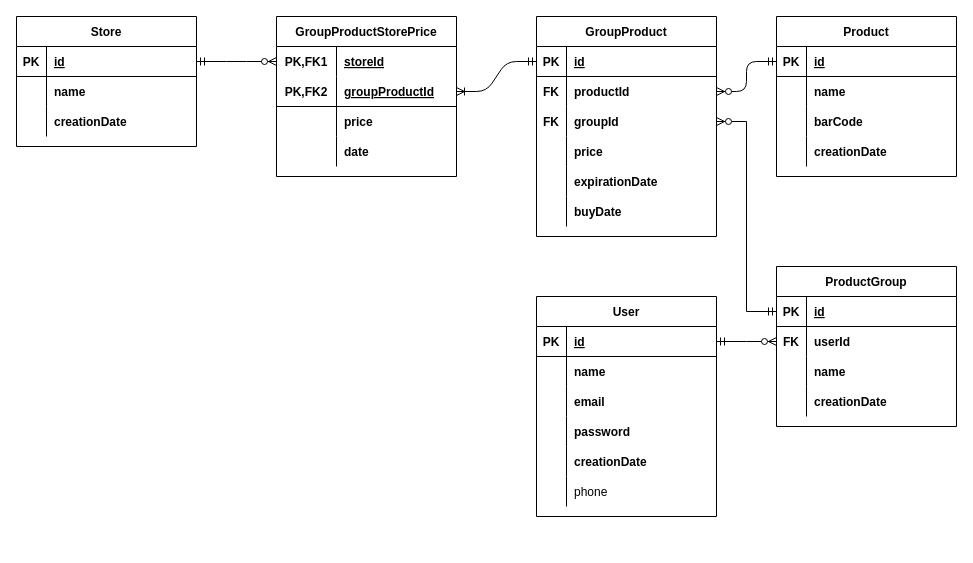
Danilo4lves/pantry.api keeps this draw.io diagram as docs/diagrams/entity-relationship.drawio. Above is the earlier version. Source tidied: cells renumbered, new cells numbered last; positions are measured from the earlier drawing's top-left corner, leaving out a move shared by most shapes. Both pictures are drawn from the tidied source at 100%, with x=0, y=0 at pixel (16, 16).
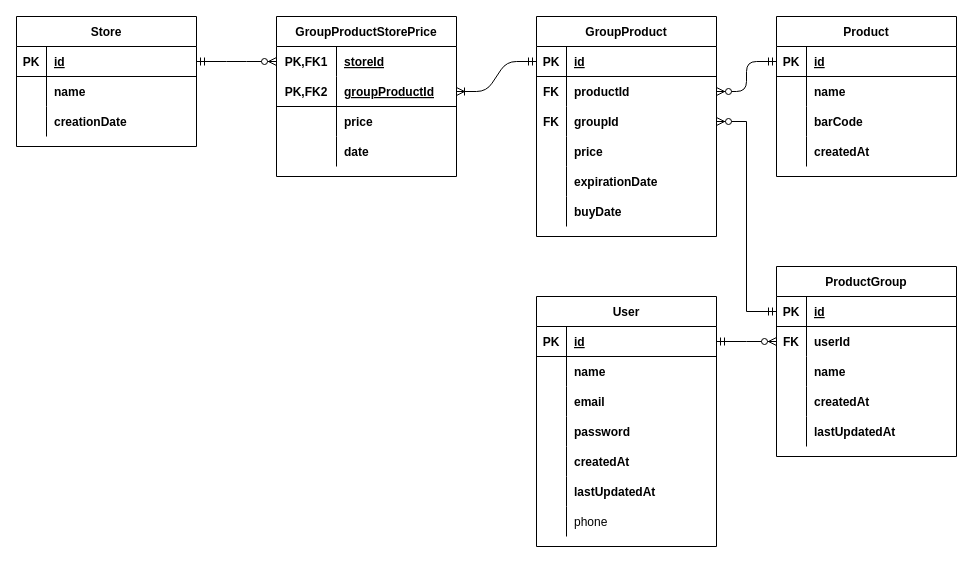
Above is the later version.

Commit message:
task(ERD): Adjusts some fields

The change refers to these unchanged cells:
```xml
<mxCell id="12" style="shape=tableRow;horizontal=0;startSize=0;swimlaneHead=0;swimlaneBody=0;fillColor=none;top=0;left=0;right=0;bottom=0;" parent="2" vertex="1">
  <mxGeometry y="120" width="180" height="30" as="geometry" />
</mxCell>
<mxCell id="25" style="shape=tableRow;horizontal=0;startSize=0;swimlaneHead=0;swimlaneBody=0;fillColor=none;top=0;left=0;right=0;bottom=0;" parent="15" vertex="1">
  <mxGeometry y="120" width="180" height="30" as="geometry" />
</mxCell>
<mxCell id="41" style="shape=tableRow;horizontal=0;startSize=0;swimlaneHead=0;swimlaneBody=0;fillColor=none;top=0;left=0;right=0;bottom=0;" parent="28" vertex="1">
  <mxGeometry y="150" width="180" height="30" as="geometry" />
</mxCell>
```

The edit, as a diff of the source:
```diff
@@
-    <mxCell id="14" value="creationDate" style="shape=partialRectangle;fillColor=none;top=0;left=0;bottom=0;right=0;align=left;spacingLeft=6;overflow=hidden;fontStyle=1;" parent="12" vertex="1">
+    <mxCell id="14" value="createdAt" style="shape=partialRectangle;fillColor=none;top=0;left=0;bottom=0;right=0;align=left;spacingLeft=6;overflow=hidden;fontStyle=1;" parent="12" vertex="1">
       <mxGeometry x="30" width="150" height="30" as="geometry" />
     </mxCell>
     <mxCell id="15" value="ProductGroup" style="shape=table;startSize=30;childLayout=tableLayout;rowLines=0;fontStyle=1;align=center;" parent="1" vertex="1">
-      <mxGeometry x="760" y="250" width="180" height="160" as="geometry" />
+      <mxGeometry x="760" y="250" width="180" height="190" as="geometry" />
     </mxCell>
@@
-    <mxCell id="27" value="creationDate" style="shape=partialRectangle;fillColor=none;top=0;left=0;bottom=0;right=0;align=left;spacingLeft=6;overflow=hidden;fontStyle=1;" parent="25" vertex="1">
+    <mxCell id="27" value="createdAt" style="shape=partialRectangle;fillColor=none;top=0;left=0;bottom=0;right=0;align=left;spacingLeft=6;overflow=hidden;fontStyle=1;" parent="25" vertex="1">
       <mxGeometry x="30" width="150" height="30" as="geometry" />
     </mxCell>
+    <mxCell id="94" style="shape=tableRow;horizontal=0;startSize=0;swimlaneHead=0;swimlaneBody=0;fillColor=none;top=0;left=0;right=0;bottom=0;" parent="15" vertex="1">
+      <mxGeometry y="150" width="180" height="30" as="geometry" />
+    </mxCell>
+    <mxCell id="95" style="shape=partialRectangle;fillColor=none;top=0;left=0;bottom=0;right=0;overflow=hidden;" parent="94" vertex="1">
+      <mxGeometry width="30" height="30" as="geometry" />
+    </mxCell>
+    <mxCell id="96" value="lastUpdatedAt" style="shape=partialRectangle;fillColor=none;top=0;left=0;bottom=0;right=0;align=left;spacingLeft=6;overflow=hidden;fontStyle=1;" parent="94" vertex="1">
+      <mxGeometry x="30" width="150" height="30" as="geometry" />
+    </mxCell>
     <mxCell id="28" value="User" style="shape=table;startSize=30;childLayout=tableLayout;rowLines=0;fontStyle=1;align=center;" parent="1" vertex="1">
-      <mxGeometry x="520" y="280" width="180" height="220" as="geometry" />
+      <mxGeometry x="520" y="280" width="180" height="250" as="geometry" />
     </mxCell>
@@
-    <mxCell id="43" value="creationDate" style="shape=partialRectangle;fillColor=none;top=0;left=0;bottom=0;right=0;align=left;spacingLeft=6;overflow=hidden;fontStyle=1;" parent="41" vertex="1">
+    <mxCell id="43" value="createdAt" style="shape=partialRectangle;fillColor=none;top=0;left=0;bottom=0;right=0;align=left;spacingLeft=6;overflow=hidden;fontStyle=1;" parent="41" vertex="1">
       <mxGeometry x="30" width="150" height="30" as="geometry" />
     </mxCell>
+    <mxCell id="97" style="shape=tableRow;horizontal=0;startSize=0;swimlaneHead=0;swimlaneBody=0;fillColor=none;top=0;left=0;right=0;bottom=0;" parent="28" vertex="1">
+      <mxGeometry y="180" width="180" height="30" as="geometry" />
+    </mxCell>
+    <mxCell id="98" style="shape=partialRectangle;fillColor=none;top=0;left=0;bottom=0;right=0;overflow=hidden;" parent="97" vertex="1">
+      <mxGeometry width="30" height="30" as="geometry" />
+    </mxCell>
+    <mxCell id="99" value="lastUpdatedAt" style="shape=partialRectangle;fillColor=none;top=0;left=0;bottom=0;right=0;align=left;spacingLeft=6;overflow=hidden;fontStyle=1;" parent="97" vertex="1">
+      <mxGeometry x="30" width="150" height="30" as="geometry" />
+    </mxCell>
     <mxCell id="44" style="shape=tableRow;horizontal=0;startSize=0;swimlaneHead=0;swimlaneBody=0;fillColor=none;top=0;left=0;right=0;bottom=0;" parent="28" vertex="1">
-      <mxGeometry y="180" width="180" height="30" as="geometry" />
+      <mxGeometry y="210" width="180" height="30" as="geometry" />
     </mxCell>
```
